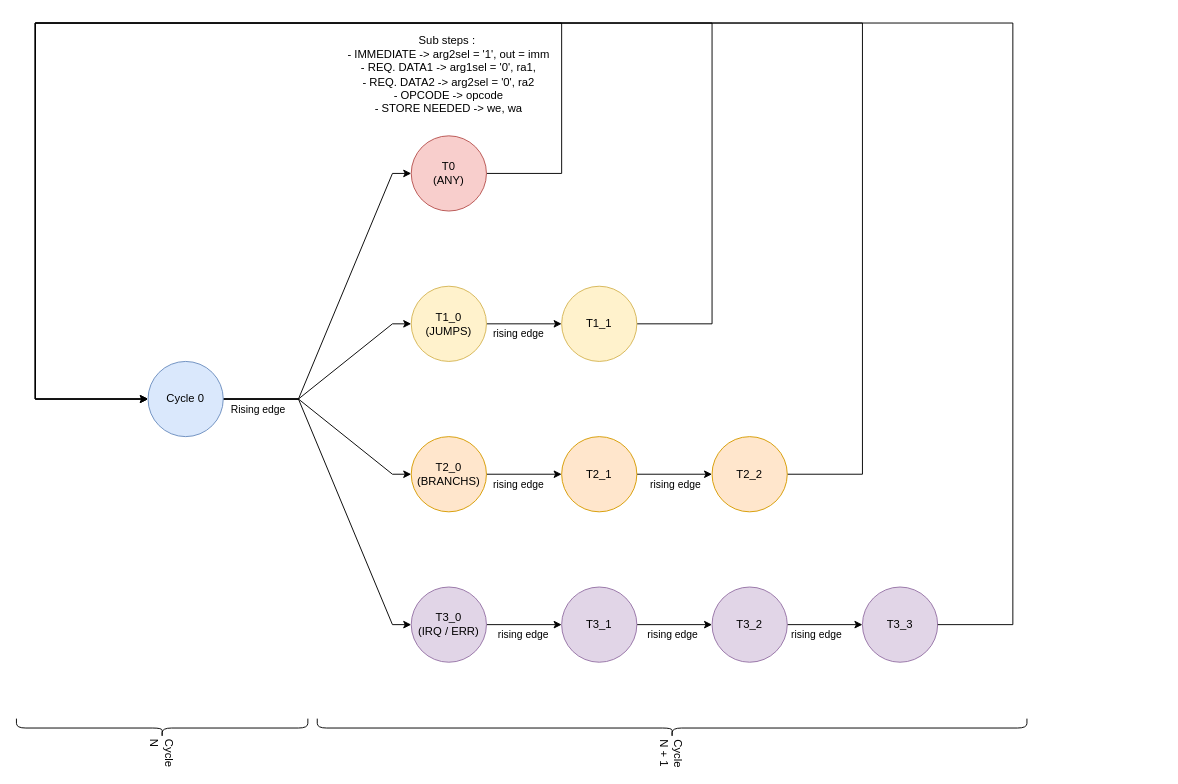
Before: execution.drawio in lheywang/RV32, a draw.io diagram. Source tidied: cells renumbered, new cells numbered last; positions are measured from the earlier drawing's top-left corner, leaving out a move shared by most shapes. Both pictures are drawn from the tidied source at 94%, with x=0, y=0 at pixel (35, 23).
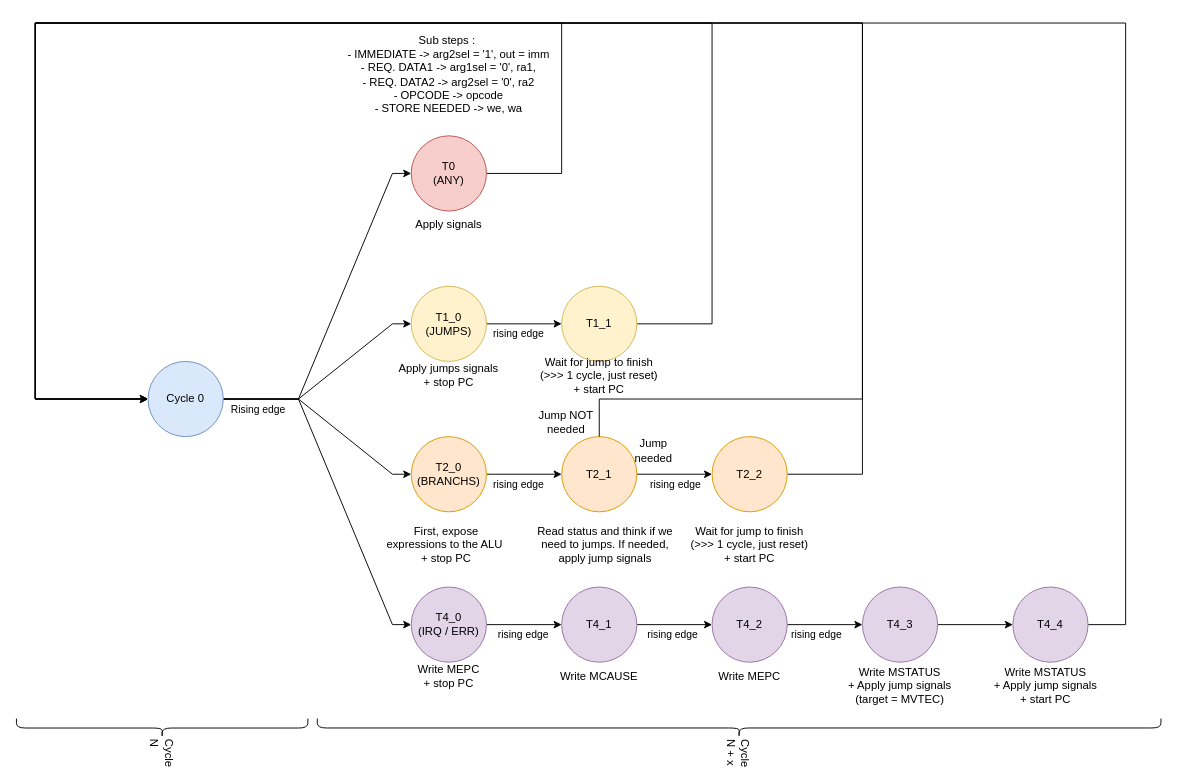
Above is the later version.

Unchanged cells that the change refers to:
```xml
<mxCell id="7" value="Cycle 0" style="ellipse;whiteSpace=wrap;html=1;fillColor=#dae8fc;strokeColor=#6c8ebf;" parent="1" vertex="1">
  <mxGeometry x="120" y="360" width="80" height="80" as="geometry" />
</mxCell>
```

What changed in the source:
```diff
@@
-    <mxCell id="25" value="T3_0&lt;div&gt;(IRQ / ERR)&lt;/div&gt;" style="ellipse;whiteSpace=wrap;html=1;fillColor=#e1d5e7;strokeColor=#9673a6;" parent="1" vertex="1">
+    <mxCell id="25" value="T4_0&lt;div&gt;(IRQ / ERR)&lt;/div&gt;" style="ellipse;whiteSpace=wrap;html=1;fillColor=#e1d5e7;strokeColor=#9673a6;" parent="1" vertex="1">
       <mxGeometry x="400" y="600" width="80" height="80" as="geometry" />
     </mxCell>
@@
-    <mxCell id="28" value="T3_1" style="ellipse;whiteSpace=wrap;html=1;fillColor=#e1d5e7;strokeColor=#9673a6;" parent="1" vertex="1">
+    <mxCell id="28" value="T4_1" style="ellipse;whiteSpace=wrap;html=1;fillColor=#e1d5e7;strokeColor=#9673a6;" parent="1" vertex="1">
       <mxGeometry x="560" y="600" width="80" height="80" as="geometry" />
     </mxCell>
@@
-    <mxCell id="31" value="T3_2" style="ellipse;whiteSpace=wrap;html=1;fillColor=#e1d5e7;strokeColor=#9673a6;" parent="1" vertex="1">
+    <mxCell id="31" value="T4_2" style="ellipse;whiteSpace=wrap;html=1;fillColor=#e1d5e7;strokeColor=#9673a6;" parent="1" vertex="1">
       <mxGeometry x="720" y="600" width="80" height="80" as="geometry" />
     </mxCell>
+    <mxCell id="37" style="edgeStyle=none;html=1;entryX=0;entryY=0.5;entryDx=0;entryDy=0;" parent="1" edge="1" source="32" target="51">
+      <mxGeometry relative="1" as="geometry" />
+    </mxCell>
-    <mxCell id="32" value="T3_3" style="ellipse;whiteSpace=wrap;html=1;fillColor=#e1d5e7;strokeColor=#9673a6;" parent="1" vertex="1">
+    <mxCell id="32" value="T4_3" style="ellipse;whiteSpace=wrap;html=1;fillColor=#e1d5e7;strokeColor=#9673a6;" parent="1" vertex="1">
       <mxGeometry x="880" y="600" width="80" height="80" as="geometry" />
     </mxCell>
     <mxCell id="33" style="endArrow=classic;html=1;rounded=0;entryX=0;entryY=0.5;entryDx=0;entryDy=0;" parent="1" edge="1" target="7">
       <mxGeometry relative="1" as="geometry">
-        <mxPoint x="960" y="640" as="sourcePoint" />
+        <mxPoint x="1120" y="640" as="sourcePoint" />
         <Array as="points">
-          <mxPoint x="1040" y="640" />
-          <mxPoint x="1040" />
+          <mxPoint x="1160" y="640" />
+          <mxPoint x="1160" />
           <mxPoint x="560" />
           <mxPoint />
           <mxPoint y="400" />
         </Array>
       </mxGeometry>
     </mxCell>
@@
-    <mxCell id="35" value="Cycle N + 1" style="shape=curlyBracket;whiteSpace=wrap;html=1;rounded=1;flipH=1;labelPosition=right;verticalLabelPosition=middle;align=left;verticalAlign=middle;rotation=90;" parent="1" vertex="1">
-      <mxGeometry x="667.5" y="372.5" width="20" height="755" as="geometry" />
+    <mxCell id="35" value="Cycle N + x" style="shape=curlyBracket;whiteSpace=wrap;html=1;rounded=1;flipH=1;labelPosition=right;verticalLabelPosition=middle;align=left;verticalAlign=middle;rotation=90;" parent="1" vertex="1">
+      <mxGeometry x="738.8" y="301.2" width="20" height="897.5" as="geometry" />
     </mxCell>
@@
+    <mxCell id="38" value="First, expose expressions to the ALU&amp;nbsp;&lt;div&gt;+ stop PC&lt;/div&gt;" style="text;html=1;align=center;verticalAlign=middle;whiteSpace=wrap;rounded=0;" parent="1" vertex="1">
+      <mxGeometry x="370" y="540" width="135" height="30" as="geometry" />
+    </mxCell>
+    <mxCell id="39" value="Read status and think if we need to jumps. If needed, apply jump signals" style="text;html=1;align=center;verticalAlign=middle;whiteSpace=wrap;rounded=0;" parent="1" vertex="1">
+      <mxGeometry x="530" y="540" width="152.5" height="30" as="geometry" />
+    </mxCell>
+    <mxCell id="40" style="endArrow=classic;html=1;entryX=0;entryY=0.5;entryDx=0;entryDy=0;rounded=0;curved=0;" parent="1" edge="1" target="7">
+      <mxGeometry relative="1" as="geometry">
+        <mxPoint x="600" y="440" as="sourcePoint" />
+        <Array as="points">
+          <mxPoint x="600" y="400" />
+          <mxPoint x="880" y="400" />
+          <mxPoint x="880" />
+          <mxPoint />
+          <mxPoint y="400" />
+        </Array>
+      </mxGeometry>
+    </mxCell>
+    <mxCell id="41" value="Jump needed" style="text;html=1;align=center;verticalAlign=middle;whiteSpace=wrap;rounded=0;" parent="1" vertex="1">
+      <mxGeometry x="627.5" y="440" width="60" height="30" as="geometry" />
+    </mxCell>
+    <mxCell id="42" value="Jump NOT needed" style="text;html=1;align=center;verticalAlign=middle;whiteSpace=wrap;rounded=0;" parent="1" vertex="1">
+      <mxGeometry x="530" y="410" width="70" height="30" as="geometry" />
+    </mxCell>
+    <mxCell id="43" value="Wait for jump to finish (&amp;gt;&amp;gt;&amp;gt; 1 cycle, just reset)&lt;div&gt;+ start PC&lt;/div&gt;" style="text;html=1;align=center;verticalAlign=middle;whiteSpace=wrap;rounded=0;" parent="1" vertex="1">
+      <mxGeometry x="695" y="540" width="130" height="30" as="geometry" />
+    </mxCell>
+    <mxCell id="44" value="Wait for jump to finish (&amp;gt;&amp;gt;&amp;gt; 1 cycle, just reset)&lt;div&gt;+ start PC&lt;/div&gt;" style="text;html=1;align=center;verticalAlign=middle;whiteSpace=wrap;rounded=0;" parent="1" vertex="1">
+      <mxGeometry x="535" y="360" width="130" height="30" as="geometry" />
+    </mxCell>
+    <mxCell id="45" value="Apply jumps signals&lt;div&gt;+ stop PC&lt;/div&gt;" style="text;html=1;align=center;verticalAlign=middle;whiteSpace=wrap;rounded=0;" parent="1" vertex="1">
+      <mxGeometry x="375" y="360" width="130" height="30" as="geometry" />
+    </mxCell>
+    <mxCell id="46" value="Apply signals" style="text;html=1;align=center;verticalAlign=middle;whiteSpace=wrap;rounded=0;" parent="1" vertex="1">
+      <mxGeometry x="375" y="200" width="130" height="30" as="geometry" />
+    </mxCell>
+    <mxCell id="47" value="Write MEPC&lt;div&gt;+ stop PC&lt;/div&gt;" style="text;html=1;align=center;verticalAlign=middle;whiteSpace=wrap;rounded=0;" parent="1" vertex="1">
+      <mxGeometry x="375" y="680" width="130" height="30" as="geometry" />
+    </mxCell>
+    <mxCell id="48" value="Write MCAUSE" style="text;html=1;align=center;verticalAlign=middle;whiteSpace=wrap;rounded=0;" parent="1" vertex="1">
+      <mxGeometry x="535" y="680" width="130" height="30" as="geometry" />
+    </mxCell>
+    <mxCell id="49" value="Write MSTATUS&lt;div&gt;+ Apply jump signals (target = MVTEC)&lt;/div&gt;" style="text;html=1;align=center;verticalAlign=middle;whiteSpace=wrap;rounded=0;" parent="1" vertex="1">
+      <mxGeometry x="855" y="690" width="130" height="30" as="geometry" />
+    </mxCell>
+    <mxCell id="50" value="Write MSTATUS&lt;div&gt;+ Apply jump signals&lt;/div&gt;&lt;div&gt;+ start PC&lt;/div&gt;" style="text;html=1;align=center;verticalAlign=middle;whiteSpace=wrap;rounded=0;" parent="1" vertex="1">
+      <mxGeometry x="1010" y="690" width="130" height="30" as="geometry" />
+    </mxCell>
+    <mxCell id="51" value="T4_4" style="ellipse;whiteSpace=wrap;html=1;fillColor=#e1d5e7;strokeColor=#9673a6;" parent="1" vertex="1">
+      <mxGeometry x="1040" y="600" width="80" height="80" as="geometry" />
+    </mxCell>
+    <mxCell id="52" value="Write MEPC" style="text;html=1;align=center;verticalAlign=middle;whiteSpace=wrap;rounded=0;" parent="1" vertex="1">
+      <mxGeometry x="695" y="680" width="130" height="30" as="geometry" />
+    </mxCell>
```
